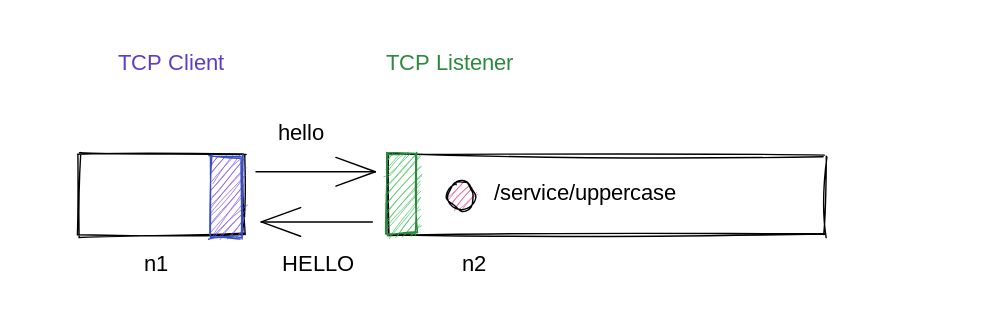
build-trust/ockam-documentation keeps this Excalidraw diagram as .gitbook/assets/file.excalidraw.svg. Above is the earlier version. Source tidied: one line per element, renumbered; positions are measured from the earlier drawing's top-left corner, leaving out a move shared by most shapes.
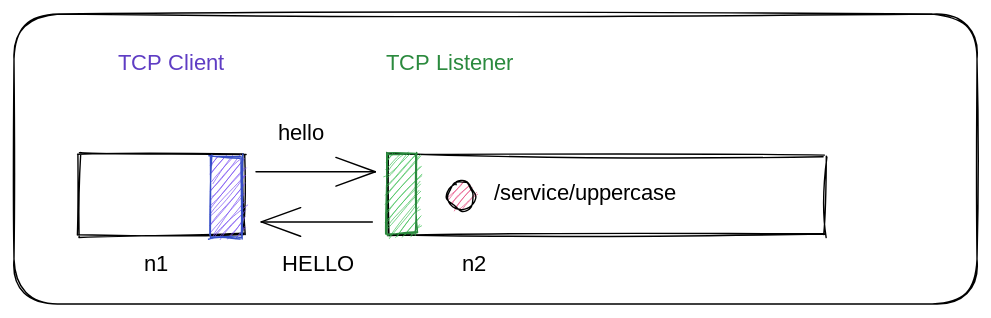
Later version of the same file.

Commit message:
GITBOOK-903: change request with no subject merged in GitBook

Change to the diagram source:
```diff
@@ -1,7 +1,7 @@
 {"id": 0, "type": "rectangle", "strokeColor": "#000000", "strokeWidth": 1, "roughness": 1, "x": 267, "y": 101, "width": 312, "height": 57}
 {"id": 1, "type": "text", "text": "TCP Listener", "strokeColor": "#2b8a3e", "strokeWidth": 1, "roughness": 1, "fontSize": 16, "fontFamily": 1, "x": 266, "y": 26, "width": 106, "height": 20}
 {"id": 2, "type": "rectangle", "strokeColor": "#2b8a3e", "backgroundColor": "#40c057", "fillStyle": "hachure", "strokeWidth": 1, "roughness": 1, "x": 266, "y": 99, "width": 21, "height": 58}
-{"id": 3, "type": "rectangle", "strokeColor": "transparent", "strokeWidth": 1, "roughness": 1, "round": true, "x": 0, "y": 0, "width": 688, "height": 207}
+{"id": 3, "type": "rectangle", "strokeColor": "#000000", "strokeWidth": 1, "roughness": 1, "round": true, "x": 0, "y": 0, "width": 688, "height": 207}
 {"id": 4, "type": "text", "text": "TCP Client", "strokeColor": "#5f3dc4", "strokeWidth": 1, "roughness": 1, "fontSize": 16, "fontFamily": 1, "x": 75, "y": 26, "width": 87, "height": 20}
 {"id": 5, "type": "rectangle", "strokeColor": "#000000", "strokeWidth": 1, "roughness": 1, "x": 46, "y": 101, "width": 118, "height": 57}
 {"id": 6, "type": "rectangle", "strokeColor": "#364fc7", "backgroundColor": "#7950f2", "fillStyle": "hachure", "strokeWidth": 1, "roughness": 1, "x": 141, "y": 101, "width": 21, "height": 58}
```
